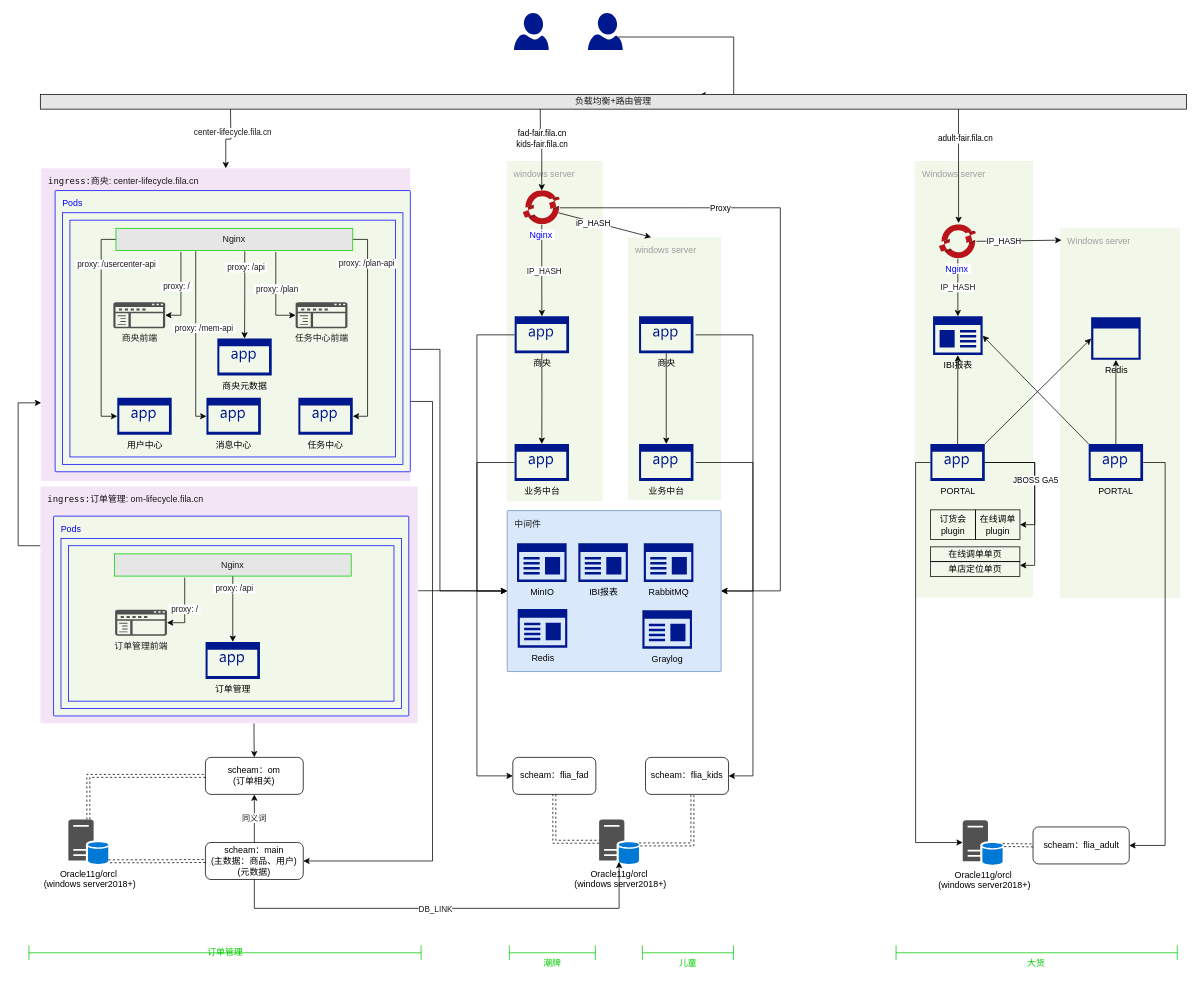
The draw.io diagram anta-deploy.drawio in tianyaxiangdong/drawio, before the edit. Source tidied: cells renumbered, new cells numbered last; positions are measured from the earlier drawing's top-left corner, leaving out a move shared by most shapes. Both pictures are drawn from the tidied source at 74%, with x=0, y=0 at pixel (18, 13).
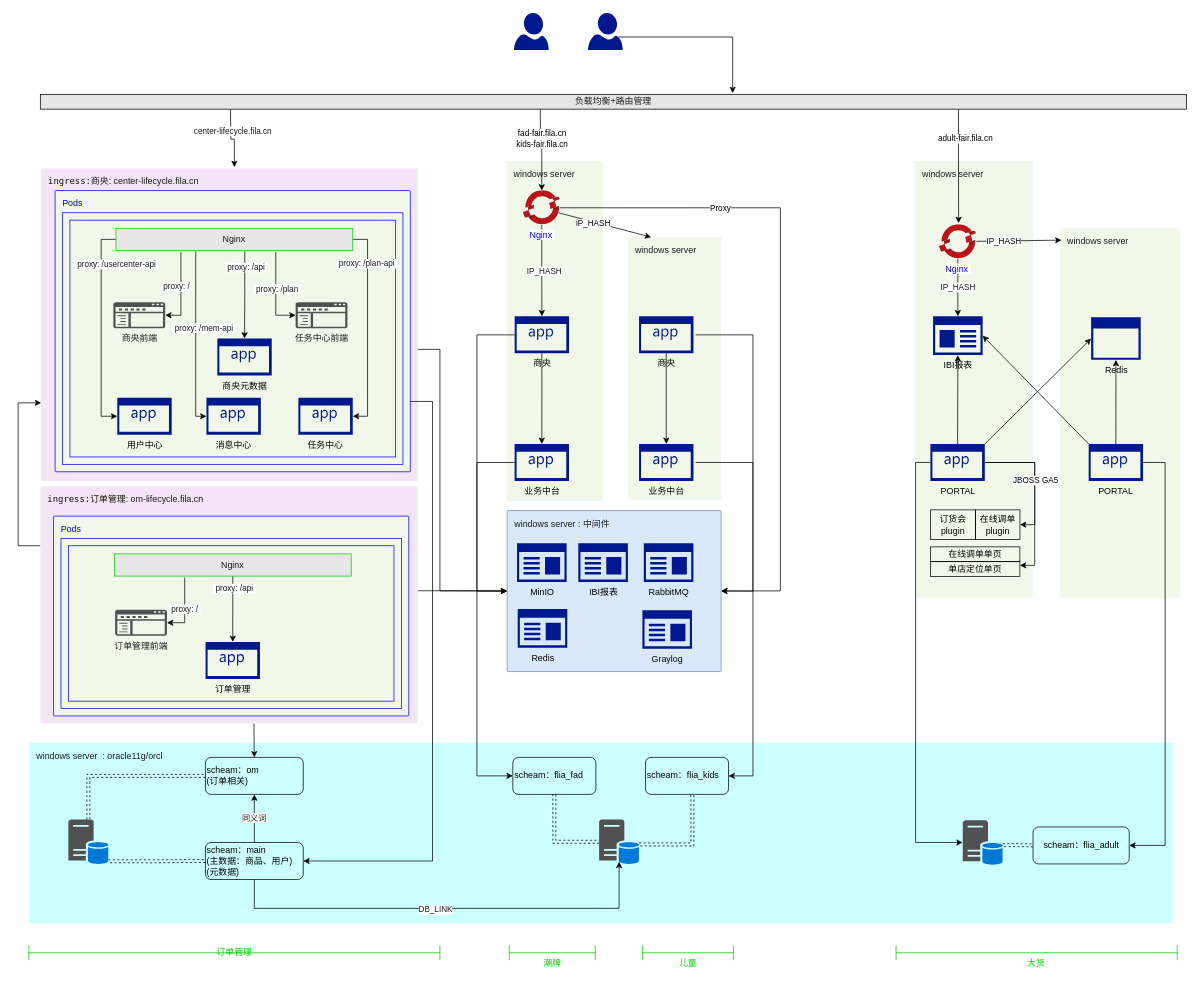
The same page after the edit.

Unchanged cells that the change refers to:
```xml
<mxCell id="15" style="sketch=0;shadow=0;dashed=0;html=1;strokeColor=none;labelPosition=center;verticalLabelPosition=bottom;verticalAlign=top;align=center;fillColor=#00188D;shape=mxgraph.azure.user;" parent="1" vertex="1">
  <mxGeometry x="770" width="47" height="50" as="geometry" />
</mxCell>
<mxCell id="27" value="&lt;font color=&quot;#0000ff&quot;&gt;Nginx&amp;nbsp;&lt;/font&gt;" style="sketch=0;html=1;points=[];align=center;image;fontSize=12;image=img/lib/mscae/OpenShift.svg;fillColor=#F31339;" parent="1" vertex="1">
  <mxGeometry x="1244.9" y="286" width="50" height="46" as="geometry" />
</mxCell>
<mxCell id="31" value="负载均衡+路由管理" style="rounded=0;whiteSpace=wrap;html=1;align=center;fontColor=#1A1A1A;fillColor=#E6E6E6;" parent="1" vertex="1">
  <mxGeometry x="30" y="110" width="1549" height="20" as="geometry" />
</mxCell>
```

What changed in the source:
```diff
@@
+    <mxCell id="117" value="&lt;font color=&quot;#1a1a1a&quot;&gt;windows server&amp;nbsp; : oracle11g/orcl&lt;/font&gt;" style="sketch=0;rounded=1;absoluteArcSize=1;arcSize=2;html=1;strokeColor=none;gradientColor=none;shadow=0;dashed=0;fontSize=12;fontColor=#9E9E9E;align=left;verticalAlign=top;spacing=10;spacingTop=-4;fillColor=#CCFFFF;" parent="1" vertex="1">
+      <mxGeometry x="15" y="986" width="1545" height="244" as="geometry" />
+    </mxCell>
-    <mxCell id="2" value="Windows server" style="sketch=0;points=[[0,0,0],[0.25,0,0],[0.5,0,0],[0.75,0,0],[1,0,0],[1,0.25,0],[1,0.5,0],[1,0.75,0],[1,1,0],[0.75,1,0],[0.5,1,0],[0.25,1,0],[0,1,0],[0,0.75,0],[0,0.5,0],[0,0.25,0]];rounded=1;absoluteArcSize=1;arcSize=2;html=1;strokeColor=none;gradientColor=none;shadow=0;dashed=0;fontSize=12;fontColor=#9E9E9E;align=left;verticalAlign=top;spacing=10;spacingTop=-4;fillColor=#F1F8E9;" parent="1" vertex="1">
+    <mxCell id="2" value="&lt;font color=&quot;#1a1a1a&quot;&gt;windows server&lt;/font&gt;" style="sketch=0;points=[[0,0,0],[0.25,0,0],[0.5,0,0],[0.75,0,0],[1,0,0],[1,0.25,0],[1,0.5,0],[1,0.75,0],[1,1,0],[0.75,1,0],[0.5,1,0],[0.25,1,0],[0,1,0],[0,0.75,0],[0,0.5,0],[0,0.25,0]];rounded=1;absoluteArcSize=1;arcSize=2;html=1;strokeColor=none;gradientColor=none;shadow=0;dashed=0;fontSize=12;fontColor=#9E9E9E;align=left;verticalAlign=top;spacing=10;spacingTop=-4;fillColor=#F1F8E9;" parent="1" vertex="1">
       <mxGeometry x="1408" y="291" width="162" height="500" as="geometry" />
     </mxCell>
-    <mxCell id="3" value="Windows server" style="sketch=0;rounded=1;absoluteArcSize=1;arcSize=2;html=1;strokeColor=none;gradientColor=none;shadow=0;dashed=0;fontSize=12;fontColor=#9E9E9E;align=left;verticalAlign=top;spacing=10;spacingTop=-4;fillColor=#F1F8E9;" parent="1" vertex="1">
+    <mxCell id="3" value="&lt;font color=&quot;#1a1a1a&quot;&gt;windows server&lt;/font&gt;" style="sketch=0;rounded=1;absoluteArcSize=1;arcSize=2;html=1;strokeColor=none;gradientColor=none;shadow=0;dashed=0;fontSize=12;fontColor=#9E9E9E;align=left;verticalAlign=top;spacing=10;spacingTop=-4;fillColor=#F1F8E9;" parent="1" vertex="1">
       <mxGeometry x="1211.5" y="200" width="160" height="590" as="geometry" />
     </mxCell>
-    <mxCell id="4" value="windows server" style="sketch=0;points=[[0,0,0],[0.25,0,0],[0.5,0,0],[0.75,0,0],[1,0,0],[1,0.25,0],[1,0.5,0],[1,0.75,0],[1,1,0],[0.75,1,0],[0.5,1,0],[0.25,1,0],[0,1,0],[0,0.75,0],[0,0.5,0],[0,0.25,0]];rounded=1;absoluteArcSize=1;arcSize=2;html=1;strokeColor=none;gradientColor=none;shadow=0;dashed=0;fontSize=12;fontColor=#9E9E9E;align=left;verticalAlign=top;spacing=10;spacingTop=-4;fillColor=#F1F8E9;" parent="1" vertex="1">
+    <mxCell id="4" value="&lt;font color=&quot;#1a1a1a&quot;&gt;windows server&lt;/font&gt;" style="sketch=0;points=[[0,0,0],[0.25,0,0],[0.5,0,0],[0.75,0,0],[1,0,0],[1,0.25,0],[1,0.5,0],[1,0.75,0],[1,1,0],[0.75,1,0],[0.5,1,0],[0.25,1,0],[0,1,0],[0,0.75,0],[0,0.5,0],[0,0.25,0]];rounded=1;absoluteArcSize=1;arcSize=2;html=1;strokeColor=none;gradientColor=none;shadow=0;dashed=0;fontSize=12;fontColor=#9E9E9E;align=left;verticalAlign=top;spacing=10;spacingTop=-4;fillColor=#F1F8E9;" parent="1" vertex="1">
       <mxGeometry x="824" y="303" width="126" height="355" as="geometry" />
     </mxCell>
-    <mxCell id="5" value="windows server" style="sketch=0;rounded=1;absoluteArcSize=1;arcSize=2;html=1;strokeColor=none;gradientColor=none;shadow=0;dashed=0;fontSize=12;fontColor=#9E9E9E;align=left;verticalAlign=top;spacing=10;spacingTop=-4;fillColor=#F1F8E9;" parent="1" vertex="1">
+    <mxCell id="5" value="&lt;font color=&quot;#1a1a1a&quot;&gt;windows server&lt;/font&gt;" style="sketch=0;rounded=1;absoluteArcSize=1;arcSize=2;html=1;strokeColor=none;gradientColor=none;shadow=0;dashed=0;fontSize=12;fontColor=#9E9E9E;align=left;verticalAlign=top;spacing=10;spacingTop=-4;fillColor=#F1F8E9;" parent="1" vertex="1">
       <mxGeometry x="660" y="200" width="130" height="460" as="geometry" />
     </mxCell>
@@
     <mxCell id="7" value="&lt;span style=&quot;background-color: inherit ; font-family: &amp;#34;menlo&amp;#34; , &amp;#34;monaco&amp;#34; , &amp;#34;consolas&amp;#34; , &amp;#34;andale mono&amp;#34; , &amp;#34;lucida console&amp;#34; , &amp;#34;courier new&amp;#34; , monospace ; font-size: inherit ; color: rgb(18 , 18 , 18)&quot;&gt;ingress:&lt;/span&gt;&lt;font color=&quot;#1a1a1a&quot;&gt;商央: center-lifecycle.fila.cn&lt;/font&gt;" style="sketch=0;points=[[0,0,0],[0.25,0,0],[0.5,0,0],[0.75,0,0],[1,0,0],[1,0.25,0],[1,0.5,0],[1,0.75,0],[1,1,0],[0.75,1,0],[0.5,1,0],[0.25,1,0],[0,1,0],[0,0.75,0],[0,0.5,0],[0,0.25,0]];rounded=1;absoluteArcSize=1;arcSize=2;html=1;strokeColor=none;gradientColor=none;shadow=0;dashed=0;fontSize=12;fontColor=#9E9E9E;align=left;verticalAlign=top;spacing=10;spacingTop=-4;fillColor=#F3E5F5;" parent="1" vertex="1">
-      <mxGeometry x="31.2" y="210" width="498.8" height="422.5" as="geometry" />
+      <mxGeometry x="31.2" y="210" width="508.8" height="422.5" as="geometry" />
     </mxCell>
@@
-    <mxCell id="12" value="&lt;font color=&quot;#1a1a1a&quot;&gt;中间件&lt;/font&gt;" style="sketch=0;points=[[0,0,0],[0.25,0,0],[0.5,0,0],[0.75,0,0],[1,0,0],[1,0.25,0],[1,0.5,0],[1,0.75,0],[1,1,0],[0.75,1,0],[0.5,1,0],[0.25,1,0],[0,1,0],[0,0.75,0],[0,0.5,0],[0,0.25,0]];rounded=1;absoluteArcSize=1;arcSize=2;html=1;strokeColor=#6c8ebf;shadow=0;dashed=0;fontSize=12;align=left;verticalAlign=top;spacing=10;spacingTop=-4;fillColor=#dae8fc;" parent="1" vertex="1">
+    <mxCell id="12" value="&lt;font color=&quot;#1a1a1a&quot;&gt;windows server : 中间件&lt;/font&gt;" style="sketch=0;points=[[0,0,0],[0.25,0,0],[0.5,0,0],[0.75,0,0],[1,0,0],[1,0.25,0],[1,0.5,0],[1,0.75,0],[1,1,0],[0.75,1,0],[0.5,1,0],[0.25,1,0],[0,1,0],[0,0.75,0],[0,0.5,0],[0,0.25,0]];rounded=1;absoluteArcSize=1;arcSize=2;html=1;strokeColor=#6c8ebf;shadow=0;dashed=0;fontSize=12;align=left;verticalAlign=top;spacing=10;spacingTop=-4;fillColor=#dae8fc;" parent="1" vertex="1">
       <mxGeometry x="660.9" y="672.5" width="289.1" height="217.5" as="geometry" />
     </mxCell>
@@
-    <mxCell id="14" style="edgeStyle=orthogonalEdgeStyle;rounded=0;jettySize=auto;html=1;entryX=0.575;entryY=0.05;entryDx=0;entryDy=0;entryPerimeter=0;exitX=0.87;exitY=0.65;exitDx=0;exitDy=0;exitPerimeter=0;" parent="1" edge="1" source="15" target="31">
+    <mxCell id="14" style="edgeStyle=orthogonalEdgeStyle;rounded=0;jettySize=auto;html=1;entryX=0.604;entryY=-0.083;entryDx=0;entryDy=0;entryPerimeter=0;exitX=0.87;exitY=0.65;exitDx=0;exitDy=0;exitPerimeter=0;" parent="1" edge="1" source="15" target="31">
       <mxGeometry relative="1" as="geometry">
         <Array as="points">
-          <mxPoint x="967" y="33" />
+          <mxPoint x="966" y="33" />
         </Array>
       </mxGeometry>
     </mxCell>
@@
-    <mxCell id="24" style="edgeStyle=none;rounded=0;jettySize=auto;html=1;entryX=0.012;entryY=0.032;entryDx=0;entryDy=0;entryPerimeter=0;" parent="1" edge="1" source="27" target="2">
-      <mxGeometry relative="1" as="geometry" />
+    <mxCell id="24" style="edgeStyle=none;rounded=0;jettySize=auto;html=1;" parent="1" edge="1" source="27">
+      <mxGeometry relative="1" as="geometry">
+        <mxPoint x="1410" y="307" as="targetPoint" />
+      </mxGeometry>
     </mxCell>
@@
-    <mxCell id="29" style="edgeStyle=orthogonalEdgeStyle;rounded=0;jettySize=auto;html=1;entryX=0.5;entryY=0;entryDx=0;entryDy=0;entryPerimeter=0;fontColor=#1A1A1A;" parent="1" edge="1" target="7">
+    <mxCell id="29" style="edgeStyle=orthogonalEdgeStyle;rounded=0;jettySize=auto;html=1;entryX=0.513;entryY=-0.004;entryDx=0;entryDy=0;entryPerimeter=0;fontColor=#1A1A1A;" parent="1" edge="1" target="7">
       <mxGeometry relative="1" as="geometry">
         <mxPoint x="287" y="130" as="sourcePoint" />
       </mxGeometry>
     </mxCell>
@@
-    <mxCell id="34" value="Oracle11g/orcl&lt;br&gt;&amp;nbsp;(windows server2018+)" style="sketch=0;shadow=0;dashed=0;html=1;strokeColor=none;labelPosition=center;verticalLabelPosition=bottom;verticalAlign=top;align=center;fillColor=#515151;shape=mxgraph.mscae.system_center.primary_site;" parent="1" vertex="1">
+    <mxCell id="34" style="sketch=0;shadow=0;dashed=0;html=1;strokeColor=none;labelPosition=center;verticalLabelPosition=bottom;verticalAlign=top;align=center;fillColor=#515151;shape=mxgraph.mscae.system_center.primary_site;" parent="1" vertex="1">
       <mxGeometry x="785.1" y="1090" width="54" height="60" as="geometry" />
     </mxCell>
@@
-    <mxCell id="66" value="Oracle11g/orcl&lt;br&gt;&amp;nbsp;(windows server2018+)" style="sketch=0;shadow=0;dashed=0;html=1;strokeColor=none;labelPosition=center;verticalLabelPosition=bottom;verticalAlign=top;align=center;fillColor=#515151;shape=mxgraph.mscae.system_center.primary_site;" parent="1" vertex="1">
+    <mxCell id="66" style="sketch=0;shadow=0;dashed=0;html=1;strokeColor=none;labelPosition=center;verticalLabelPosition=bottom;verticalAlign=top;align=center;fillColor=#515151;shape=mxgraph.mscae.system_center.primary_site;" parent="1" vertex="1">
       <mxGeometry x="1276.5" y="1091" width="54" height="60" as="geometry" />
     </mxCell>
@@
-    <mxCell id="72" value="scheam：flia_fad" style="rounded=1;whiteSpace=wrap;html=1;fillColor=none;align=center;verticalAlign=middle;" parent="1" vertex="1">
+    <mxCell id="72" value="scheam：flia_fad" style="rounded=1;whiteSpace=wrap;html=1;fillColor=none;align=left;verticalAlign=middle;" parent="1" vertex="1">
       <mxGeometry x="668.5" y="1006" width="112.2" height="50" as="geometry" />
     </mxCell>
-    <mxCell id="73" value="scheam：flia_kids" style="rounded=1;whiteSpace=wrap;html=1;fillColor=none;align=center;verticalAlign=middle;" parent="1" vertex="1">
+    <mxCell id="73" value="scheam：flia_kids" style="rounded=1;whiteSpace=wrap;html=1;fillColor=none;align=left;verticalAlign=middle;" parent="1" vertex="1">
       <mxGeometry x="847.8" y="1006" width="112.2" height="50" as="geometry" />
     </mxCell>
@@
-    <mxCell id="76" value="Oracle11g/orcl&lt;br&gt;&amp;nbsp;(windows server2018+)" style="sketch=0;shadow=0;dashed=0;html=1;strokeColor=none;labelPosition=center;verticalLabelPosition=bottom;verticalAlign=top;align=center;fillColor=#515151;shape=mxgraph.mscae.system_center.primary_site;" parent="1" vertex="1">
+    <mxCell id="76" style="sketch=0;shadow=0;dashed=0;html=1;strokeColor=none;labelPosition=center;verticalLabelPosition=bottom;verticalAlign=top;align=center;fillColor=#515151;shape=mxgraph.mscae.system_center.primary_site;" parent="1" vertex="1">
       <mxGeometry x="67.9" y="1090" width="54" height="60" as="geometry" />
     </mxCell>
     <mxCell id="77" value="订单管理" style="shape=crossbar;whiteSpace=wrap;html=1;rounded=1;fillColor=none;strokeColor=#00CC00;fontColor=#00CC00;" parent="1" vertex="1">
-      <mxGeometry x="14.6" y="1260" width="530" height="20" as="geometry" />
+      <mxGeometry x="14.6" y="1260" width="555.4" height="20" as="geometry" />
     </mxCell>
@@
-    <mxCell id="82" value="scheam：main&lt;br&gt;(主数据：商品、用户)&lt;br&gt;(元数据)" style="rounded=1;whiteSpace=wrap;html=1;fillColor=none;align=center;verticalAlign=middle;" parent="1" vertex="1">
+    <mxCell id="82" value="scheam：main&lt;br&gt;(主数据：商品、用户)&lt;br&gt;(元数据)" style="rounded=1;whiteSpace=wrap;html=1;fillColor=none;align=left;verticalAlign=middle;" parent="1" vertex="1">
       <mxGeometry x="253.1" y="1121" width="132.2" height="50" as="geometry" />
     </mxCell>
@@
-    <mxCell id="116" value="scheam：om&lt;br&gt;(订单相关)" style="rounded=1;whiteSpace=wrap;html=1;fillColor=none;align=center;verticalAlign=middle;" parent="1" vertex="1">
+    <mxCell id="116" value="scheam：om&lt;br&gt;(订单相关)" style="rounded=1;whiteSpace=wrap;html=1;fillColor=none;align=left;verticalAlign=middle;" parent="1" vertex="1">
       <mxGeometry x="253.1" y="1006" width="132.2" height="50" as="geometry" />
     </mxCell>
```
